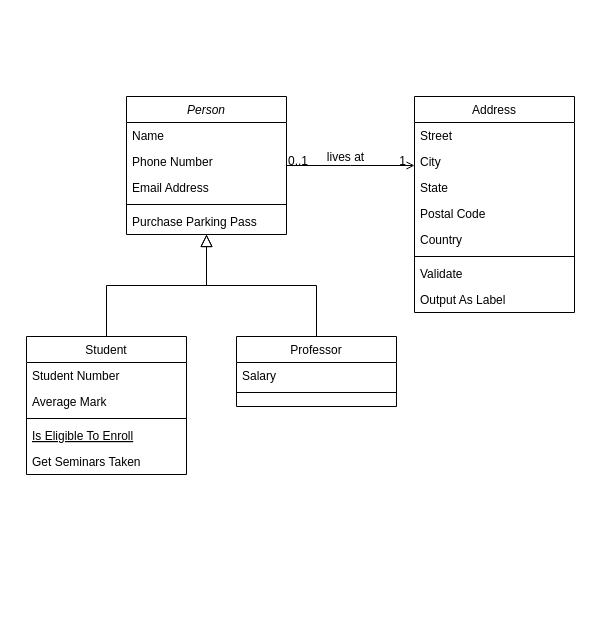
This is project2.drawio from Elmons/draw, a draw.io file, before an edit. Source tidied: cells renumbered, new cells numbered last; positions are measured from the earlier drawing's top-left corner, leaving out a move shared by most shapes. Both pictures are drawn from the tidied source at 100%, with x=0, y=0 at pixel (26, 96).
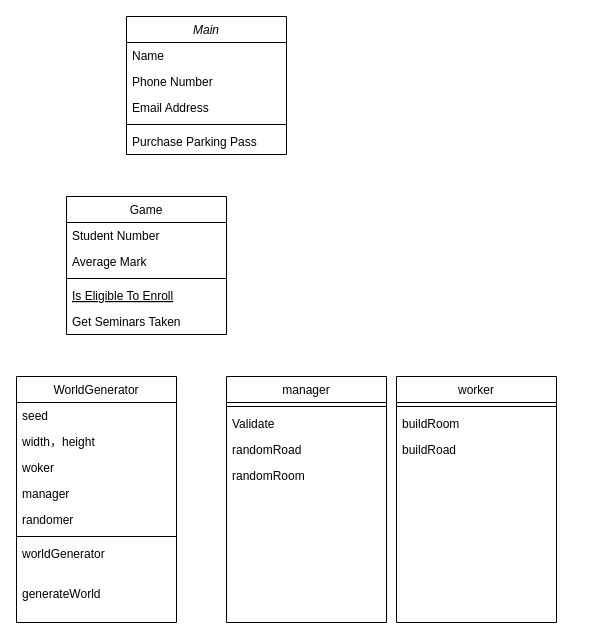
Above is the later version.

Change to the diagram source:
```diff
@@
-    <mxCell id="2" value="Person" style="swimlane;fontStyle=2;align=center;verticalAlign=top;horizontal=1;startSize=26;rounded=0;shadow=0;strokeWidth=1;" parent="1" vertex="1">
-      <mxGeometry x="100" width="160" height="138" as="geometry" />
+    <mxCell id="2" value="Main" style="swimlane;fontStyle=2;align=center;verticalAlign=top;horizontal=1;startSize=26;rounded=0;shadow=0;strokeWidth=1;" parent="1" vertex="1">
+      <mxGeometry x="100" y="-80" width="160" height="138" as="geometry" />
     </mxCell>
@@
-    <mxCell id="8" value="Student" style="swimlane;fontStyle=0;align=center;verticalAlign=top;horizontal=1;startSize=26;rounded=0;shadow=0;strokeWidth=1;" parent="1" vertex="1">
-      <mxGeometry y="240" width="160" height="138" as="geometry" />
+    <mxCell id="8" value="Game" style="swimlane;fontStyle=0;align=center;verticalAlign=top;horizontal=1;startSize=26;rounded=0;shadow=0;strokeWidth=1;" parent="1" vertex="1">
+      <mxGeometry x="40" y="100" width="160" height="138" as="geometry" />
     </mxCell>
@@
-    <mxCell id="14" style="endArrow=block;endSize=10;endFill=0;shadow=0;strokeWidth=1;rounded=0;edgeStyle=elbowEdgeStyle;elbow=vertical;" parent="1" edge="1" source="8" target="2">
-      <mxGeometry relative="1" as="geometry" />
-    </mxCell>
-    <mxCell id="15" value="Professor" style="swimlane;fontStyle=0;align=center;verticalAlign=top;horizontal=1;startSize=26;rounded=0;shadow=0;strokeWidth=1;" parent="1" vertex="1">
-      <mxGeometry x="210" y="240" width="160" height="70" as="geometry" />
-    </mxCell>
-    <mxCell id="16" value="Salary" style="text;align=left;verticalAlign=top;spacingLeft=4;spacingRight=4;overflow=hidden;" parent="15" vertex="1">
-      <mxGeometry y="26" width="160" height="26" as="geometry" />
-    </mxCell>
-    <mxCell id="17" style="line;html=1;strokeWidth=1;align=left;verticalAlign=middle;spacingTop=-1;spacingLeft=3;spacingRight=3;labelPosition=right;" parent="15" vertex="1">
-      <mxGeometry y="52" width="160" height="8" as="geometry" />
-    </mxCell>
-    <mxCell id="18" style="endArrow=block;endSize=10;endFill=0;shadow=0;strokeWidth=1;rounded=0;edgeStyle=elbowEdgeStyle;elbow=vertical;" parent="1" edge="1" source="15" target="2">
-      <mxGeometry relative="1" as="geometry" />
-    </mxCell>
-    <mxCell id="19" value="Address" style="swimlane;fontStyle=0;align=center;verticalAlign=top;horizontal=1;startSize=26;rounded=0;shadow=0;strokeWidth=1;" parent="1" vertex="1">
-      <mxGeometry x="388" width="160" height="216" as="geometry" />
+    <mxCell id="19" value="WorldGenerator" style="swimlane;fontStyle=0;align=center;verticalAlign=top;horizontal=1;startSize=26;rounded=0;shadow=0;strokeWidth=1;" parent="1" vertex="1">
+      <mxGeometry x="-10" y="280" width="160" height="246" as="geometry" />
     </mxCell>
-    <mxCell id="20" value="Street" style="text;align=left;verticalAlign=top;spacingLeft=4;spacingRight=4;overflow=hidden;" parent="19" vertex="1">
+    <mxCell id="20" value="seed" style="text;align=left;verticalAlign=top;spacingLeft=4;spacingRight=4;overflow=hidden;" parent="19" vertex="1">
       <mxGeometry y="26" width="160" height="26" as="geometry" />
     </mxCell>
-    <mxCell id="21" value="City" style="text;align=left;verticalAlign=top;spacingLeft=4;spacingRight=4;overflow=hidden;rounded=0;shadow=0;html=0;" parent="19" vertex="1">
+    <mxCell id="21" value="width，height" style="text;align=left;verticalAlign=top;spacingLeft=4;spacingRight=4;overflow=hidden;rounded=0;shadow=0;html=0;" parent="19" vertex="1">
       <mxGeometry y="52" width="160" height="26" as="geometry" />
     </mxCell>
-    <mxCell id="22" value="State" style="text;align=left;verticalAlign=top;spacingLeft=4;spacingRight=4;overflow=hidden;rounded=0;shadow=0;html=0;" parent="19" vertex="1">
+    <mxCell id="22" value="woker" style="text;align=left;verticalAlign=top;spacingLeft=4;spacingRight=4;overflow=hidden;rounded=0;shadow=0;html=0;" parent="19" vertex="1">
       <mxGeometry y="78" width="160" height="26" as="geometry" />
     </mxCell>
-    <mxCell id="23" value="Postal Code" style="text;align=left;verticalAlign=top;spacingLeft=4;spacingRight=4;overflow=hidden;rounded=0;shadow=0;html=0;" parent="19" vertex="1">
-      <mxGeometry y="104" width="160" height="26" as="geometry" />
-    </mxCell>
+    <mxCell id="32" value="manager" style="text;align=left;verticalAlign=top;spacingLeft=4;spacingRight=4;overflow=hidden;rounded=0;shadow=0;html=0;" parent="19" vertex="1">
+      <mxGeometry y="104" width="160" height="26" as="geometry" />
+    </mxCell>
-    <mxCell id="24" value="Country" style="text;align=left;verticalAlign=top;spacingLeft=4;spacingRight=4;overflow=hidden;rounded=0;shadow=0;html=0;" parent="19" vertex="1">
+    <mxCell id="24" value="randomer" style="text;align=left;verticalAlign=top;spacingLeft=4;spacingRight=4;overflow=hidden;rounded=0;shadow=0;html=0;" parent="19" vertex="1">
       <mxGeometry y="130" width="160" height="26" as="geometry" />
     </mxCell>
@@
-    <mxCell id="26" value="Validate" style="text;align=left;verticalAlign=top;spacingLeft=4;spacingRight=4;overflow=hidden;" parent="19" vertex="1">
-      <mxGeometry y="164" width="160" height="26" as="geometry" />
+    <mxCell id="26" value="worldGenerator" style="text;align=left;verticalAlign=top;spacingLeft=4;spacingRight=4;overflow=hidden;" parent="19" vertex="1">
+      <mxGeometry y="164" width="160" height="40" as="geometry" />
     </mxCell>
-    <mxCell id="27" value="Output As Label" style="text;align=left;verticalAlign=top;spacingLeft=4;spacingRight=4;overflow=hidden;" parent="19" vertex="1">
-      <mxGeometry y="190" width="160" height="26" as="geometry" />
+    <mxCell id="27" value="generateWorld" style="text;align=left;verticalAlign=top;spacingLeft=4;spacingRight=4;overflow=hidden;" parent="19" vertex="1">
+      <mxGeometry y="204" width="160" height="26" as="geometry" />
     </mxCell>
-    <mxCell id="28" style="endArrow=open;shadow=0;strokeWidth=1;rounded=0;endFill=1;edgeStyle=elbowEdgeStyle;elbow=vertical;" parent="1" edge="1" source="2" target="19">
-      <mxGeometry x="0.5" y="41" relative="1" as="geometry">
-        <mxPoint x="-40" y="32" as="offset" />
-      </mxGeometry>
-    </mxCell>
-    <mxCell id="29" value="0..1" style="align=left;verticalAlign=bottom;labelBackgroundColor=none;fontSize=12;" parent="28" vertex="1">
-      <mxGeometry x="-1" relative="1" as="geometry">
-        <mxPoint y="4" as="offset" />
-      </mxGeometry>
-    </mxCell>
-    <mxCell id="30" value="1" style="align=right;verticalAlign=bottom;labelBackgroundColor=none;fontSize=12;" parent="28" vertex="1">
-      <mxGeometry x="1" relative="1" as="geometry">
-        <mxPoint x="-7" y="4" as="offset" />
-      </mxGeometry>
-    </mxCell>
-    <mxCell id="31" value="lives at" style="text;html=1;align=center;verticalAlign=middle;labelBackgroundColor=none;rounded=0;shadow=0;strokeWidth=1;fontSize=12;" parent="28" vertex="1">
-      <mxGeometry x="0.5" y="49" relative="1" as="geometry">
-        <mxPoint x="-38" y="40" as="offset" />
-      </mxGeometry>
-    </mxCell>
+    <mxCell id="33" value="manager" style="swimlane;fontStyle=0;align=center;verticalAlign=top;horizontal=1;startSize=26;rounded=0;shadow=0;strokeWidth=1;" parent="1" vertex="1">
+      <mxGeometry x="200" y="280" width="160" height="246" as="geometry" />
+    </mxCell>
+    <mxCell id="34" style="line;html=1;strokeWidth=1;align=left;verticalAlign=middle;spacingTop=-1;spacingLeft=3;spacingRight=3;labelPosition=right;" parent="33" vertex="1">
+      <mxGeometry y="26" width="160" height="8" as="geometry" />
+    </mxCell>
+    <mxCell id="35" value="Validate" style="text;align=left;verticalAlign=top;spacingLeft=4;spacingRight=4;overflow=hidden;" parent="33" vertex="1">
+      <mxGeometry y="34" width="160" height="26" as="geometry" />
+    </mxCell>
+    <mxCell id="36" value="randomRoad" style="text;align=left;verticalAlign=top;spacingLeft=4;spacingRight=4;overflow=hidden;" parent="33" vertex="1">
+      <mxGeometry y="60" width="160" height="26" as="geometry" />
+    </mxCell>
+    <mxCell id="37" value="randomRoom" style="text;align=left;verticalAlign=top;spacingLeft=4;spacingRight=4;overflow=hidden;" parent="33" vertex="1">
+      <mxGeometry y="86" width="160" height="26" as="geometry" />
+    </mxCell>
+    <mxCell id="38" value="worker" style="swimlane;fontStyle=0;align=center;verticalAlign=top;horizontal=1;startSize=26;rounded=0;shadow=0;strokeWidth=1;" parent="1" vertex="1">
+      <mxGeometry x="370" y="280" width="160" height="246" as="geometry" />
+    </mxCell>
+    <mxCell id="39" style="line;html=1;strokeWidth=1;align=left;verticalAlign=middle;spacingTop=-1;spacingLeft=3;spacingRight=3;labelPosition=right;" parent="38" vertex="1">
+      <mxGeometry y="26" width="160" height="8" as="geometry" />
+    </mxCell>
+    <mxCell id="40" value="buildRoom" style="text;align=left;verticalAlign=top;spacingLeft=4;spacingRight=4;overflow=hidden;" parent="38" vertex="1">
+      <mxGeometry y="34" width="160" height="26" as="geometry" />
+    </mxCell>
+    <mxCell id="41" value="buildRoad" style="text;align=left;verticalAlign=top;spacingLeft=4;spacingRight=4;overflow=hidden;" parent="38" vertex="1">
+      <mxGeometry y="60" width="160" height="26" as="geometry" />
+    </mxCell>
```
